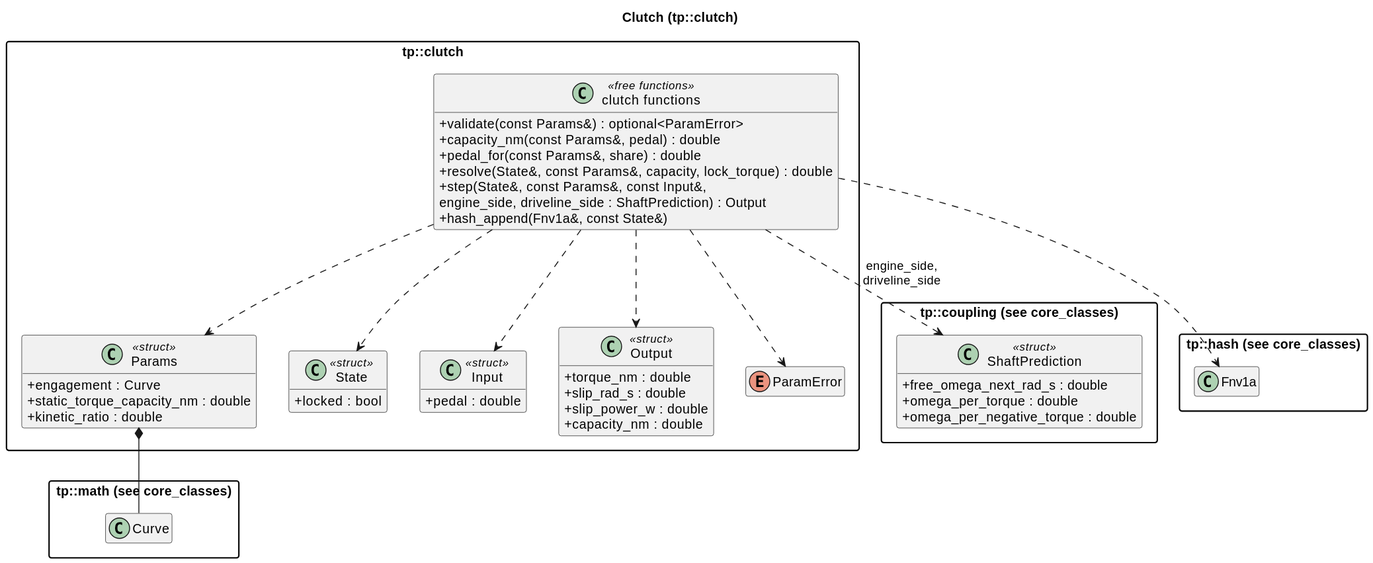
Earlier version of the PlantUML export docs/diagrams/svg/clutch_classes.svg (wversteeg/TractorPulling).
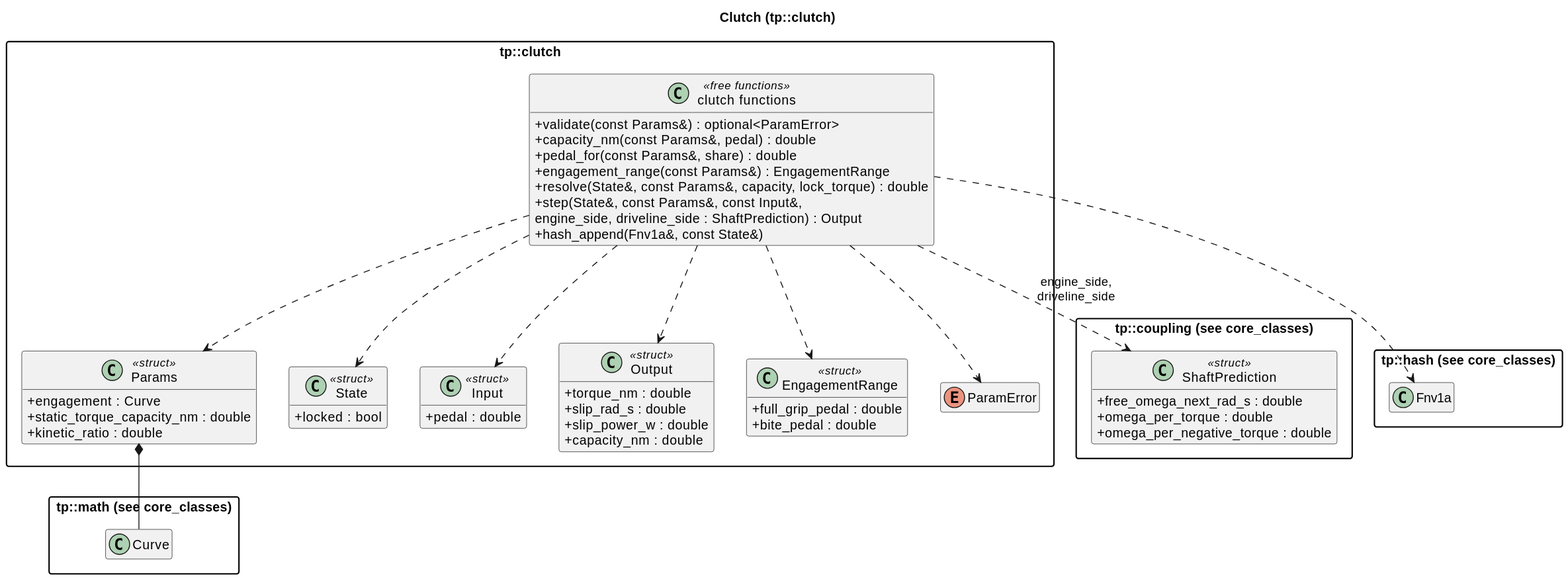
Above is the later version.

Diff of the diagram source:
```diff
@@ -36,11 +36,16 @@
       +slip_power_w : double
       +capacity_nm : double
     }
+    class "EngagementRange" as ClutchRange <<struct>> {
+      +full_grip_pedal : double
+      +bite_pedal : double
+    }
     enum "ParamError" as ClutchParamError
     class "clutch functions" as ClutchFns <<free functions>> {
       +validate(const Params&) : optional<ParamError>
       +capacity_nm(const Params&, pedal) : double
       +pedal_for(const Params&, share) : double
+      +engagement_range(const Params&) : EngagementRange
       +resolve(State&, const Params&, capacity, lock_torque) : double
       +step(State&, const Params&, const Input&,
             engine_side, driveline_side : ShaftPrediction) : Output
@@ -52,6 +57,7 @@
     ClutchFns ..> ClutchInput
     ClutchFns ..> ClutchOutput
     ClutchFns ..> ClutchParamError
+    ClutchFns ..> ClutchRange
   }
 
 ClutchFns ..> ShaftPrediction : engine_side,\ndriveline_side
```
